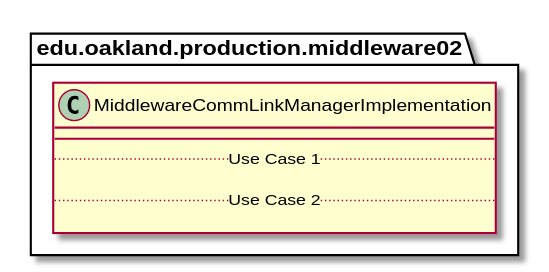
andrewdimmer/csi-3370-software-project keeps this PlantUML diagram as docs/uml-class-diagrams/middleware02/production/MiddlewareCommLinkManagerImplementation/MiddlewareCommLinkManagerImplementation.svg. Above is the earlier version.
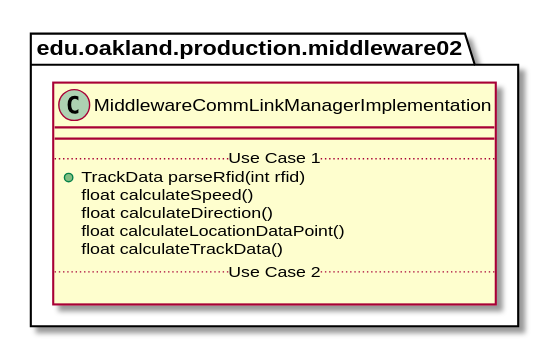
Above is the later version.

Change to the diagram source:
```diff
@@ -4,7 +4,11 @@
     class MiddlewareCommLinkManagerImplementation {
         __
         .. Use Case 1 ..
-
+        + TrackData parseRfid(int rfid)
+        float calculateSpeed()
+        float calculateDirection()
+        float calculateLocationDataPoint()
+        float calculateTrackData()
         .. Use Case 2 ..
 
     }
```
